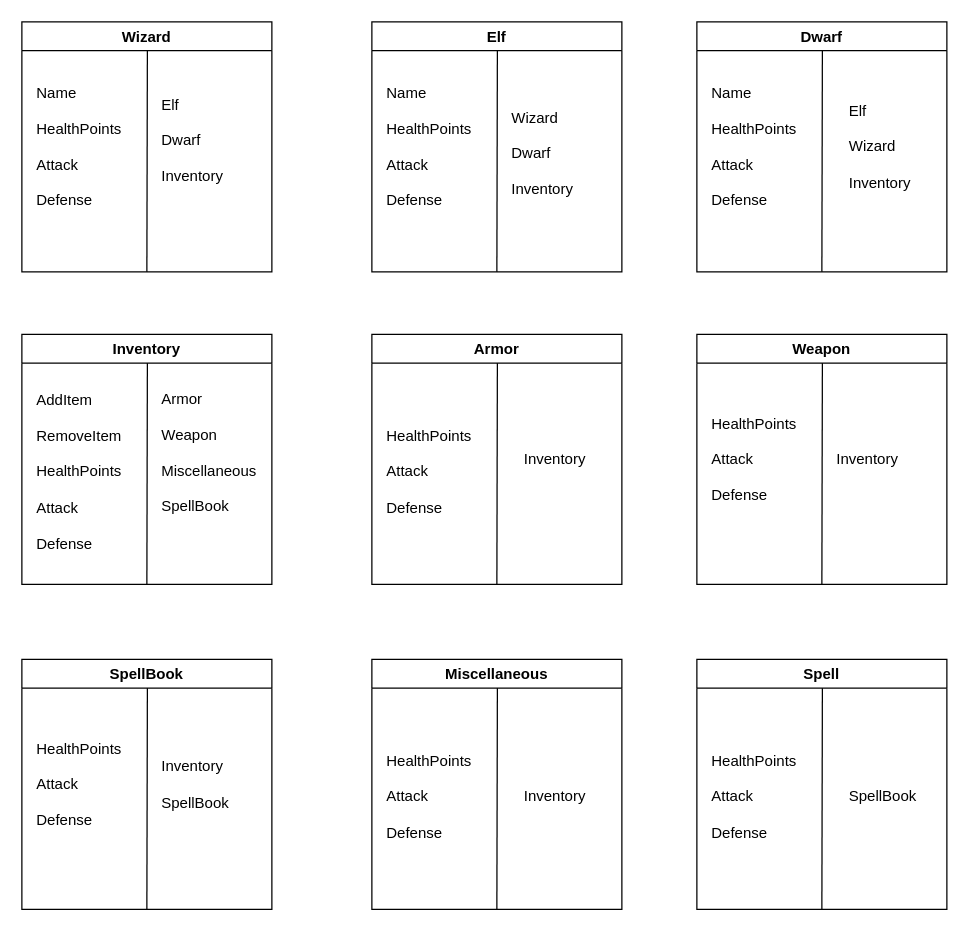
Above: Tarjetas CRC.drawio in charlis96/RolePlayGame_1_Start (draw.io), before the change. Source tidied: cells renumbered, new cells numbered last; positions are measured from the earlier drawing's top-left corner, leaving out a move shared by most shapes. Both pictures are drawn from the tidied source at 125%, with x=0, y=0 at pixel (21, 21).
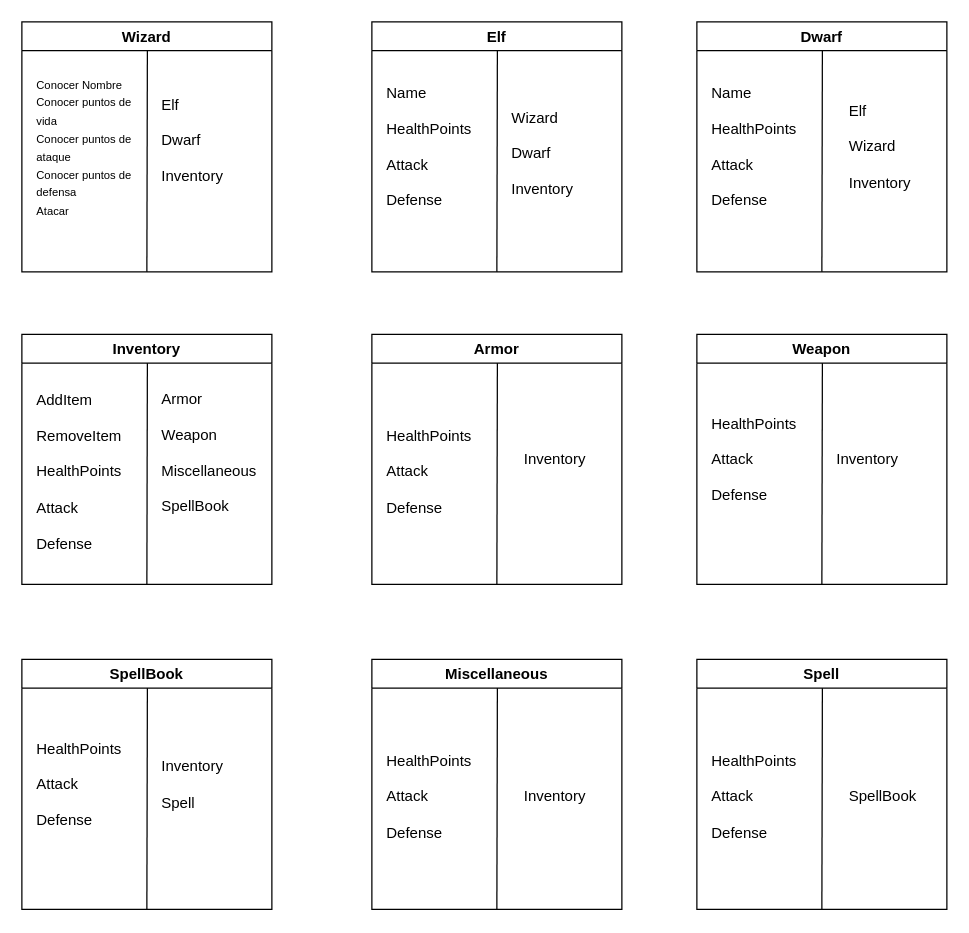
After the change.

The change refers to these unchanged cells:
```xml
<mxCell id="2" value="Wizard" style="swimlane;" parent="1" vertex="1">
  <mxGeometry width="200" height="200" as="geometry" />
</mxCell>
<mxCell id="26" value="SpellBook" style="swimlane;" parent="1" vertex="1">
  <mxGeometry y="510" width="200" height="200" as="geometry" />
</mxCell>
```

Diff of the diagram source:
```diff
@@
-    <mxCell id="4" value="Name&lt;br&gt;&lt;br&gt;HealthPoints&lt;br&gt;&lt;br&gt;Attack&lt;br&gt;&lt;br&gt;Defense" style="text;html=1;strokeColor=none;fillColor=none;align=left;verticalAlign=middle;whiteSpace=wrap;rounded=0;" parent="2" vertex="1">
-      <mxGeometry x="10" y="40" width="70" height="120" as="geometry" />
+    <mxCell id="4" value="&lt;font style=&quot;font-size: 9px&quot;&gt;Conocer Nombre&lt;br&gt;Conocer puntos de vida&lt;br&gt;Conocer puntos de ataque&lt;br&gt;Conocer puntos de defensa&lt;br&gt;Atacar&lt;/font&gt;" style="text;html=1;strokeColor=none;fillColor=none;align=left;verticalAlign=middle;whiteSpace=wrap;rounded=0;" parent="2" vertex="1">
+      <mxGeometry x="10" y="40" width="80" height="120" as="geometry" />
     </mxCell>
@@
-    <mxCell id="28" value="Inventory&lt;br&gt;&lt;br&gt;SpellBook" style="text;html=1;strokeColor=none;fillColor=none;align=left;verticalAlign=middle;whiteSpace=wrap;rounded=0;" parent="26" vertex="1">
+    <mxCell id="28" value="Inventory&lt;br&gt;&lt;br&gt;Spell" style="text;html=1;strokeColor=none;fillColor=none;align=left;verticalAlign=middle;whiteSpace=wrap;rounded=0;" parent="26" vertex="1">
       <mxGeometry x="110" y="72.5" width="70" height="55" as="geometry" />
     </mxCell>
```
